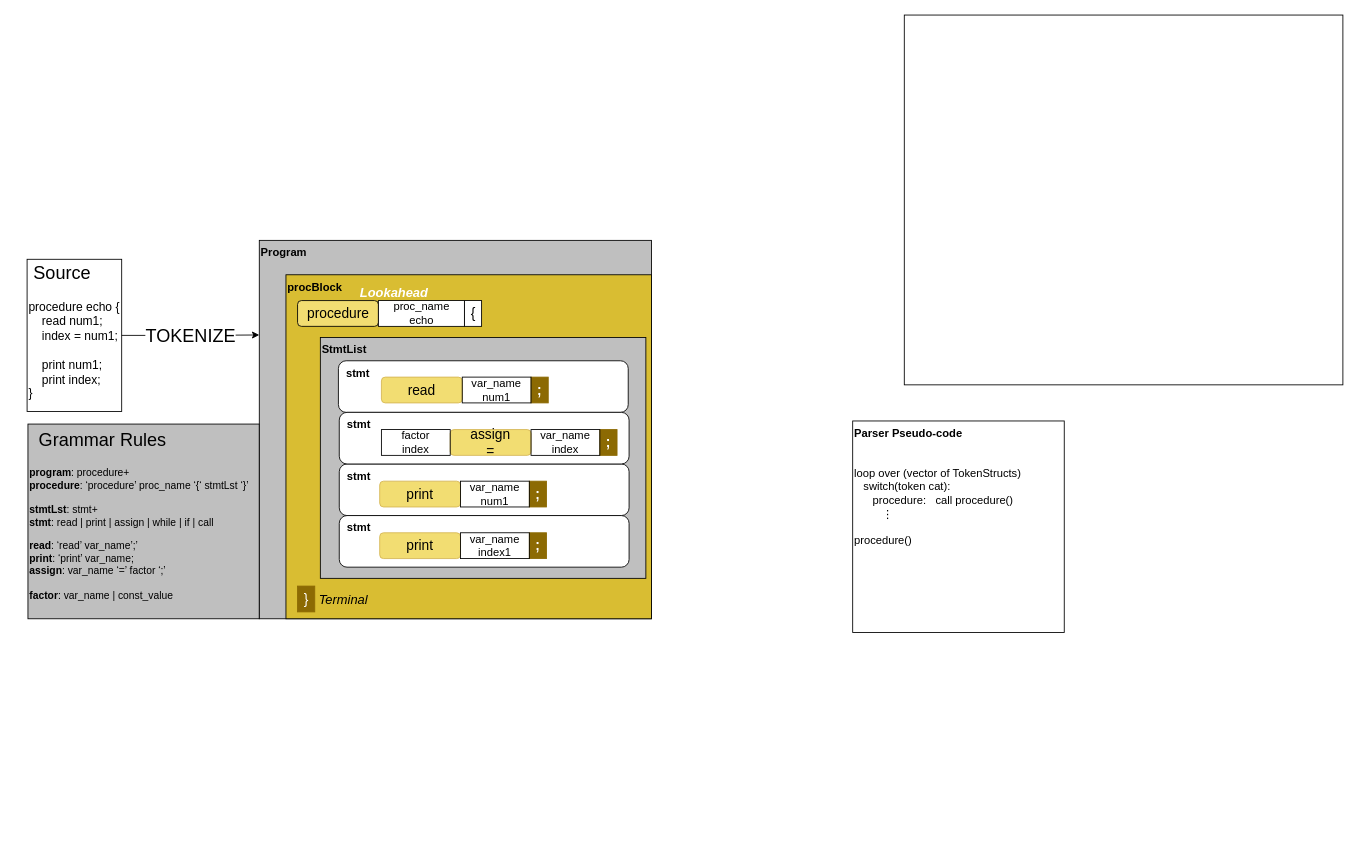
The draw.io diagram page "Copy of Parsing" (3 of 5) of drawings/TopDesign.drawio in Release-the-Baby/Rtba2014, before the edit. Source tidied: cells renumbered, new cells numbered last; positions are measured from the earlier drawing's top-left corner, leaving out a move shared by most shapes. Both pictures are drawn from the tidied source at 86%, with x=0, y=0 at pixel (15, 15).
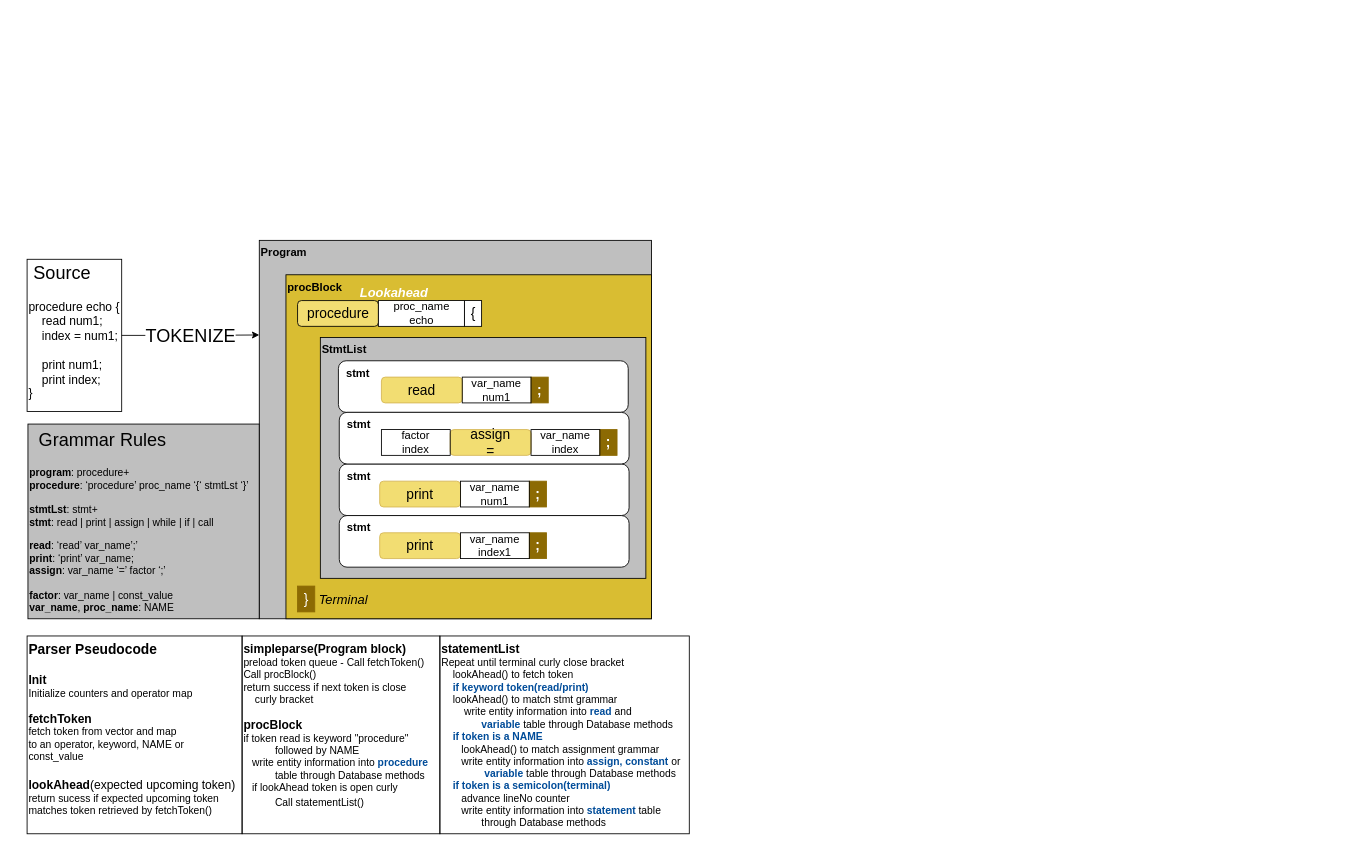
The same page after the edit.

Commit message:
update simple parse

Diff of the diagram source:
```diff
@@
-    <mxCell id="2" style="rounded=0;whiteSpace=wrap;html=1;fontSize=13;strokeColor=default;strokeWidth=1;fillColor=none;" parent="1" vertex="1">
-      <mxGeometry x="1034" width="510" height="430" as="geometry" />
-    </mxCell>
@@
-    <mxCell id="4" value="&lt;div&gt;&lt;b&gt;Parser Pseudo-code&lt;/b&gt; &lt;br&gt;&lt;/div&gt;&lt;div&gt;&lt;br&gt;&lt;/div&gt;&lt;div&gt;&lt;br&gt;&lt;/div&gt;&lt;div&gt;loop over (vector of TokenStructs)&amp;nbsp;&lt;/div&gt;&lt;div&gt;&amp;nbsp;&amp;nbsp; switch(token cat):&lt;/div&gt;&lt;div&gt;&amp;nbsp;&amp;nbsp;&amp;nbsp;&amp;nbsp;&amp;nbsp; procedure:&amp;nbsp;&amp;nbsp; call procedure()&lt;/div&gt;&lt;div&gt;&amp;nbsp;&amp;nbsp;&amp;nbsp;&amp;nbsp;&amp;nbsp;&amp;nbsp;&amp;nbsp;&amp;nbsp; ⋮&lt;/div&gt;&lt;div&gt;&lt;b&gt;&lt;br&gt;&lt;/b&gt;&lt;/div&gt;&lt;div&gt;procedure()&lt;/div&gt;&lt;div&gt;&lt;b&gt;&amp;nbsp;&amp;nbsp;&amp;nbsp;&amp;nbsp; &lt;br&gt;&lt;/b&gt;&lt;/div&gt;&lt;div&gt;&amp;nbsp;&amp;nbsp;&amp;nbsp;&amp;nbsp;&amp;nbsp;&amp;nbsp;&amp;nbsp;&amp;nbsp;&amp;nbsp;&amp;nbsp; &lt;br&gt;&lt;/div&gt;" style="whiteSpace=wrap;html=1;fontSize=13;strokeColor=default;strokeWidth=1;fillColor=none;align=left;verticalAlign=top;" parent="1" vertex="1">
-      <mxGeometry x="974" y="472" width="246" height="246" as="geometry" />
-    </mxCell>
@@
-    <mxCell id="32" value="&lt;div&gt;&lt;span&gt;&lt;b&gt;&lt;br&gt;&lt;/b&gt;&lt;/span&gt;&lt;/div&gt;&lt;div&gt;&lt;span&gt;&lt;b&gt;&lt;br&gt;&lt;/b&gt;&lt;/span&gt;&lt;/div&gt;&lt;div&gt;&lt;span&gt;&lt;b&gt;&lt;br&gt;&lt;/b&gt;&lt;/span&gt;&lt;/div&gt;&lt;div&gt;&lt;span&gt;&lt;b&gt;program&lt;/b&gt;: procedure+&lt;/span&gt;&lt;span&gt;&lt;/span&gt;&lt;/div&gt;&lt;div&gt;&lt;span&gt;&lt;/span&gt;&lt;/div&gt;&lt;span&gt;&lt;b&gt;procedure&lt;/b&gt;: ‘procedure’ proc_name ‘{‘ stmtLst ‘}’&lt;/span&gt;&lt;span&gt;&lt;/span&gt;&lt;span&gt;&lt;br&gt;&lt;b&gt;&lt;br&gt;stmtLst&lt;/b&gt;: stmt+&lt;/span&gt;&lt;span&gt;&lt;br&gt;&lt;b&gt;stmt&lt;/b&gt;: read | print | assign | while | if | call&lt;/span&gt;&lt;span&gt;&lt;/span&gt;&lt;p&gt;&lt;span&gt;&lt;b&gt;read&lt;/b&gt;: ‘read’ var_name’;’&lt;br&gt;&lt;/span&gt;&lt;b&gt;print&lt;/b&gt;: ‘print’ var_name;&lt;span&gt;&lt;/span&gt;&lt;span&gt;&lt;b&gt;&lt;br&gt;assign&lt;/b&gt;: var_name ‘=’&lt;/span&gt; factor ‘;’&lt;br&gt;&lt;span&gt;&lt;br&gt;&lt;b&gt;factor&lt;/b&gt;: var_name | const_value &lt;br&gt;&lt;/span&gt;&lt;/p&gt;&lt;p&gt;&lt;span&gt;&lt;/span&gt;&lt;/p&gt;" style="text;html=1;strokeColor=default;fillColor=#BFBFBF;align=left;verticalAlign=top;whiteSpace=wrap;rounded=0;labelPosition=center;verticalLabelPosition=middle;" parent="1" vertex="1">
+    <mxCell id="32" value="&lt;div&gt;&lt;span&gt;&lt;b&gt;&lt;br&gt;&lt;/b&gt;&lt;/span&gt;&lt;/div&gt;&lt;div&gt;&lt;span&gt;&lt;b&gt;&lt;br&gt;&lt;/b&gt;&lt;/span&gt;&lt;/div&gt;&lt;div&gt;&lt;span&gt;&lt;b&gt;&lt;br&gt;&lt;/b&gt;&lt;/span&gt;&lt;/div&gt;&lt;div&gt;&lt;span&gt;&lt;b&gt;program&lt;/b&gt;: procedure+&lt;/span&gt;&lt;span&gt;&lt;/span&gt;&lt;/div&gt;&lt;div&gt;&lt;span&gt;&lt;/span&gt;&lt;/div&gt;&lt;span&gt;&lt;b&gt;procedure&lt;/b&gt;: ‘procedure’ proc_name ‘{‘ stmtLst ‘}’&lt;/span&gt;&lt;span&gt;&lt;/span&gt;&lt;span&gt;&lt;br&gt;&lt;b&gt;&lt;br&gt;stmtLst&lt;/b&gt;: stmt+&lt;/span&gt;&lt;span&gt;&lt;br&gt;&lt;b&gt;stmt&lt;/b&gt;: read | print | assign | while | if | call&lt;/span&gt;&lt;span&gt;&lt;/span&gt;&lt;p&gt;&lt;span&gt;&lt;b&gt;read&lt;/b&gt;: ‘read’ var_name’;’&lt;br&gt;&lt;/span&gt;&lt;b&gt;print&lt;/b&gt;: ‘print’ var_name;&lt;span&gt;&lt;/span&gt;&lt;span&gt;&lt;b&gt;&lt;br&gt;assign&lt;/b&gt;: var_name ‘=’&lt;/span&gt; factor ‘;’&lt;br&gt;&lt;span&gt;&lt;br&gt;&lt;b&gt;factor&lt;/b&gt;: var_name | const_value &lt;b&gt;&lt;br&gt;var_name&lt;/b&gt;,&lt;b&gt; proc_name&lt;/b&gt;: NAME&lt;/span&gt;&lt;/p&gt;" style="text;html=1;strokeColor=default;fillColor=#BFBFBF;align=left;verticalAlign=top;whiteSpace=wrap;rounded=0;labelPosition=center;verticalLabelPosition=middle;" parent="1" vertex="1">
       <mxGeometry x="15" y="475.6" width="268.9" height="226.4" as="geometry" />
     </mxCell>
@@
+    <mxCell id="36" value="&lt;div&gt;&lt;font style=&quot;font-size: 16px&quot;&gt;Parser Pseudocode&lt;/font&gt;&lt;/div&gt;&lt;div&gt;&lt;br&gt;&lt;/div&gt;&lt;div style=&quot;font-size: 12px&quot;&gt;&lt;font style=&quot;font-size: 14px&quot;&gt;Init&lt;/font&gt;&lt;/div&gt;&lt;div style=&quot;font-size: 12px&quot;&gt;&lt;span style=&quot;font-weight: normal&quot;&gt;Initialize counters and operator map&lt;/span&gt;&lt;/div&gt;&lt;div style=&quot;font-size: 12px&quot;&gt;&lt;br&gt;&lt;/div&gt;&lt;font style=&quot;font-size: 14px&quot;&gt;fetchToken&lt;/font&gt;&lt;div style=&quot;font-size: 12px&quot;&gt;&lt;font style=&quot;font-size: 12px&quot;&gt;&lt;span style=&quot;font-weight: normal&quot;&gt;fetch token from vector and map&lt;/span&gt;&lt;/font&gt;&lt;/div&gt;&lt;div style=&quot;font-size: 12px&quot;&gt;&lt;span style=&quot;font-weight: normal&quot;&gt;&lt;font style=&quot;font-size: 12px&quot;&gt;to an operator, keyword, NAME or const_value&lt;/font&gt;&lt;br&gt;&lt;/span&gt;&lt;/div&gt;&lt;div&gt;&lt;span style=&quot;font-weight: normal&quot;&gt;&lt;br&gt;&lt;/span&gt;&lt;/div&gt;&lt;div&gt;&lt;span style=&quot;font-weight: normal&quot;&gt;&lt;b&gt;lookAhead&lt;/b&gt;(expected upcoming token)&lt;/span&gt;&lt;/div&gt;&lt;div style=&quot;font-size: 12px&quot;&gt;&lt;span style=&quot;font-weight: normal&quot;&gt;return sucess if expected upcoming token matches &lt;/span&gt;&lt;span style=&quot;font-weight: normal&quot;&gt;token retrieved by fetchToken()&lt;/span&gt;&lt;span style=&quot;font-weight: normal&quot;&gt;&lt;/span&gt;&lt;/div&gt;&lt;div&gt;&lt;br&gt;&lt;/div&gt;" style="rounded=0;whiteSpace=wrap;html=1;labelBorderColor=none;fontSize=14;fontColor=#000000;strokeColor=default;strokeWidth=1;fillColor=none;align=left;fontStyle=1;verticalAlign=top;" parent="1" vertex="1">
+      <mxGeometry x="14" y="722" width="250" height="230" as="geometry" />
+    </mxCell>
+    <mxCell id="37" value="&lt;div style=&quot;font-size: 12px&quot;&gt;&lt;div style=&quot;font-size: 12px&quot;&gt;&lt;div style=&quot;font-size: 12px&quot;&gt;&lt;font style=&quot;font-size: 14px&quot;&gt;simpleparse(Program block)&lt;br&gt;&lt;/font&gt;&lt;/div&gt;&lt;span style=&quot;font-weight: normal&quot;&gt;preload token queue - Call fetchToken()&lt;/span&gt;&lt;/div&gt;&lt;span style=&quot;font-weight: normal&quot;&gt;Call procBlock()&lt;/span&gt;&lt;/div&gt;&lt;div style=&quot;font-size: 12px&quot;&gt;&lt;span style=&quot;font-weight: normal&quot;&gt;return success if next token is close &lt;br&gt;&lt;/span&gt;&lt;/div&gt;&lt;div style=&quot;font-size: 12px&quot;&gt;&lt;span style=&quot;font-weight: normal&quot;&gt;&amp;nbsp;&amp;nbsp;&amp;nbsp; curly bracket&lt;br&gt;&lt;/span&gt;&lt;/div&gt;&lt;div style=&quot;font-size: 12px&quot;&gt;&lt;span style=&quot;font-weight: normal&quot;&gt;&lt;br&gt;&lt;/span&gt;&lt;/div&gt;&lt;div style=&quot;font-size: 12px&quot;&gt;&lt;font style=&quot;font-size: 14px&quot;&gt;procBlock&lt;/font&gt;&lt;/div&gt;&lt;div style=&quot;font-size: 12px&quot;&gt;&lt;span style=&quot;font-weight: normal&quot;&gt;if token read is keyword &quot;procedure&quot; &lt;br&gt;&lt;/span&gt;&lt;/div&gt;&lt;div style=&quot;font-size: 12px&quot;&gt;&lt;span style=&quot;font-weight: normal&quot;&gt;&amp;nbsp;&amp;nbsp;&amp;nbsp;&amp;nbsp;&amp;nbsp;&amp;nbsp;&amp;nbsp;&amp;nbsp;&amp;nbsp;&amp;nbsp; followed by NAME &lt;br&gt;&lt;/span&gt;&lt;/div&gt;&lt;div style=&quot;font-size: 12px&quot;&gt;&lt;span style=&quot;font-weight: normal&quot;&gt;&amp;nbsp;&amp;nbsp; &lt;/span&gt;&lt;span style=&quot;font-weight: normal&quot;&gt;write entity information into &lt;font color=&quot;#004C99&quot;&gt;&lt;b&gt;procedure&lt;/b&gt;&lt;/font&gt;&lt;/span&gt;&lt;span style=&quot;font-weight: normal&quot;&gt;&lt;b&gt;&lt;font color=&quot;#004C99&quot;&gt; &lt;/font&gt;&lt;/b&gt;&lt;br&gt;&lt;/span&gt;&lt;/div&gt;&lt;div style=&quot;font-size: 12px&quot;&gt;&lt;span style=&quot;font-weight: normal&quot;&gt;&amp;nbsp;&amp;nbsp;&amp;nbsp;&amp;nbsp;&amp;nbsp;&amp;nbsp;&amp;nbsp;&amp;nbsp;&amp;nbsp;&amp;nbsp; table&lt;/span&gt;&lt;span style=&quot;font-weight: normal&quot;&gt; through Database methods&lt;/span&gt;&lt;/div&gt;&lt;div style=&quot;font-size: 12px&quot;&gt;&lt;span style=&quot;font-weight: normal&quot;&gt;&amp;nbsp;&amp;nbsp; if lookAhead token is open curly&lt;br&gt;&lt;/span&gt;&lt;span style=&quot;font-weight: normal&quot;&gt;&lt;/span&gt;&lt;/div&gt;&lt;div&gt;&lt;span style=&quot;font-weight: normal ; font-size: 12px&quot;&gt;&lt;font style=&quot;font-size: 12px&quot;&gt;&amp;nbsp;&amp;nbsp;&amp;nbsp;&amp;nbsp;&amp;nbsp;&amp;nbsp;&amp;nbsp;&amp;nbsp;&amp;nbsp;&amp;nbsp; Call statementList()&lt;/font&gt;&lt;/span&gt;&lt;/div&gt;&lt;div&gt;&lt;span style=&quot;font-weight: normal ; font-size: 12px&quot;&gt;&lt;font style=&quot;font-size: 12px&quot;&gt;&amp;nbsp; &amp;nbsp;&amp;nbsp; &lt;br&gt;&lt;/font&gt;&lt;/span&gt;&lt;/div&gt;&lt;div&gt;&lt;span style=&quot;font-weight: normal ; font-size: 12px&quot;&gt;&lt;/span&gt;&lt;/div&gt;" style="rounded=0;whiteSpace=wrap;html=1;labelBorderColor=none;fontSize=14;fontColor=#000000;strokeColor=default;strokeWidth=1;fillColor=none;align=left;fontStyle=1;verticalAlign=top;" parent="1" vertex="1">
+      <mxGeometry x="264" y="722" width="230" height="230" as="geometry" />
+    </mxCell>
+    <mxCell id="38" value="&lt;font style=&quot;font-size: 14px&quot;&gt;statementList&lt;/font&gt;&lt;div style=&quot;font-size: 12px&quot;&gt;&lt;span style=&quot;font-weight: normal&quot;&gt;Repeat until terminal curly close bracket&lt;br&gt;&lt;/span&gt;&lt;/div&gt;&lt;div style=&quot;font-size: 12px&quot;&gt;&lt;span style=&quot;font-weight: normal&quot;&gt;&amp;nbsp;&amp;nbsp;&amp;nbsp; lookAhead() to fetch token&lt;/span&gt;&lt;/div&gt;&lt;div style=&quot;font-size: 12px&quot;&gt;&lt;span style=&quot;font-weight: normal&quot;&gt;&amp;nbsp; &amp;nbsp; &lt;b&gt;&lt;font color=&quot;#004C99&quot;&gt;if keyword token(read/print)&lt;/font&gt;&amp;nbsp;&lt;/b&gt; &amp;nbsp; &lt;br&gt;&lt;/span&gt;&lt;/div&gt;&lt;div style=&quot;font-size: 12px&quot;&gt;&lt;span style=&quot;font-weight: normal&quot;&gt;&amp;nbsp; &amp;nbsp; &lt;span&gt; &lt;/span&gt;lookAhead() to match stmt grammar&lt;br&gt;&lt;/span&gt;&lt;/div&gt;&lt;div style=&quot;font-size: 12px&quot;&gt;&lt;span style=&quot;font-weight: normal&quot;&gt;&amp;nbsp; &amp;nbsp; &amp;nbsp; &amp;nbsp; write entity information into &lt;font color=&quot;#004C99&quot;&gt;&lt;b&gt;read &lt;/b&gt;&lt;/font&gt;and &lt;br&gt;&lt;/span&gt;&lt;/div&gt;&lt;div style=&quot;font-size: 12px&quot;&gt;&lt;span style=&quot;font-weight: normal&quot;&gt;&amp;nbsp;&amp;nbsp;&amp;nbsp;&amp;nbsp;&amp;nbsp;&amp;nbsp;&amp;nbsp; &amp;nbsp; &amp;nbsp; &amp;nbsp; &lt;/span&gt;&lt;span style=&quot;font-weight: normal&quot;&gt;&lt;span style=&quot;font-weight: normal&quot;&gt;&lt;b&gt;&lt;font color=&quot;#004C99&quot;&gt;variable &lt;/font&gt;&lt;/b&gt;table &lt;/span&gt;through Database methods&lt;br&gt;&lt;/span&gt;&lt;/div&gt;&lt;div style=&quot;font-size: 12px&quot;&gt;&lt;span style=&quot;font-weight: normal&quot;&gt;&amp;nbsp;&amp;nbsp;&amp;nbsp; &lt;font color=&quot;#004C99&quot;&gt;&lt;b&gt;if token is a NAME&lt;/b&gt;&lt;/font&gt;&lt;br&gt;&lt;/span&gt;&lt;/div&gt;&lt;div style=&quot;font-size: 12px&quot;&gt;&lt;span style=&quot;font-weight: normal&quot;&gt;&amp;nbsp;&amp;nbsp;&amp;nbsp;&amp;nbsp;&amp;nbsp;&amp;nbsp; &lt;/span&gt;&lt;span style=&quot;font-weight: normal&quot;&gt;lookAhead() to match assignment grammar&lt;br&gt;&lt;/span&gt;&lt;div style=&quot;font-size: 12px&quot;&gt;&lt;span style=&quot;font-weight: normal&quot;&gt;&amp;nbsp; &amp;nbsp; &amp;nbsp;&amp;nbsp; &lt;/span&gt;&lt;span style=&quot;font-weight: normal&quot;&gt;write entity information into &lt;font color=&quot;#004C99&quot;&gt;&lt;b&gt;assign, &lt;/b&gt;&lt;/font&gt;&lt;/span&gt;&lt;span style=&quot;font-weight: normal&quot;&gt;&lt;font color=&quot;#004C99&quot;&gt;&lt;b&gt;&lt;span style=&quot;font-weight: normal&quot;&gt;&lt;font color=&quot;#004C99&quot;&gt;&lt;b&gt;constant&lt;/b&gt;&lt;/font&gt;&lt;/span&gt;&lt;/b&gt;&lt;/font&gt; or &lt;br&gt;&lt;/span&gt;&lt;/div&gt;&lt;div style=&quot;font-size: 12px&quot;&gt;&lt;span style=&quot;font-weight: normal&quot;&gt;&lt;b&gt;&lt;font color=&quot;#004C99&quot;&gt;&amp;nbsp;&amp;nbsp;&amp;nbsp;&amp;nbsp;&amp;nbsp;&amp;nbsp;&amp;nbsp;&amp;nbsp;&amp;nbsp;&amp;nbsp;&amp;nbsp;&amp;nbsp;&amp;nbsp;&amp;nbsp; variable &lt;/font&gt;&lt;/b&gt;table&lt;/span&gt;&lt;span style=&quot;font-weight: normal&quot;&gt; through Database methods&lt;/span&gt;&lt;span style=&quot;font-weight: normal&quot;&gt;&lt;/span&gt;&lt;/div&gt;&lt;/div&gt;&lt;div style=&quot;font-size: 12px&quot;&gt;&lt;span style=&quot;font-weight: normal&quot;&gt;&amp;nbsp;&amp;nbsp;&amp;nbsp; &lt;font color=&quot;#004C99&quot;&gt;&lt;b&gt;if token is a semicolon(terminal)&lt;/b&gt;&lt;/font&gt;&lt;br&gt;&lt;/span&gt;&lt;div style=&quot;font-size: 12px&quot;&gt;&lt;span style=&quot;font-weight: normal&quot;&gt;&amp;nbsp;&amp;nbsp;&amp;nbsp;&amp;nbsp;&amp;nbsp;&amp;nbsp; advance lineNo counter&lt;br&gt;&lt;/span&gt;&lt;/div&gt;&lt;div style=&quot;font-size: 12px&quot;&gt;&lt;span style=&quot;font-weight: normal&quot;&gt;&amp;nbsp;&amp;nbsp;&amp;nbsp;&amp;nbsp;&amp;nbsp;&amp;nbsp; &lt;/span&gt;&lt;span style=&quot;font-weight: normal&quot;&gt;write entity information into &lt;font color=&quot;#004C99&quot;&gt;&lt;b&gt;statement&lt;/b&gt;&lt;/font&gt;&lt;/span&gt;&lt;span style=&quot;font-weight: normal&quot;&gt;&lt;b&gt;&lt;font color=&quot;#004C99&quot;&gt; &lt;/font&gt;&lt;/b&gt;table&lt;br&gt;&lt;/span&gt;&lt;div style=&quot;font-size: 12px&quot;&gt;&lt;span style=&quot;font-weight: normal&quot;&gt;&amp;nbsp;&amp;nbsp;&amp;nbsp;&amp;nbsp;&amp;nbsp;&amp;nbsp;&amp;nbsp; &amp;nbsp; &amp;nbsp; &amp;nbsp; through Database methods&lt;/span&gt;&lt;/div&gt;&lt;span style=&quot;font-weight: normal&quot;&gt;&lt;/span&gt;&lt;span style=&quot;font-weight: normal&quot;&gt;&lt;/span&gt;&lt;span style=&quot;font-weight: normal&quot;&gt;&lt;/span&gt;&lt;span style=&quot;font-weight: normal&quot;&gt;&lt;/span&gt;&lt;/div&gt;&lt;/div&gt;&lt;div style=&quot;font-size: 12px&quot;&gt;&lt;br&gt;&lt;/div&gt;" style="rounded=0;whiteSpace=wrap;html=1;labelBorderColor=none;fontSize=14;fontColor=#000000;strokeColor=default;strokeWidth=1;fillColor=none;align=left;fontStyle=1;verticalAlign=top;" parent="1" vertex="1">
+      <mxGeometry x="494" y="722" width="290" height="230" as="geometry" />
+    </mxCell>
```
